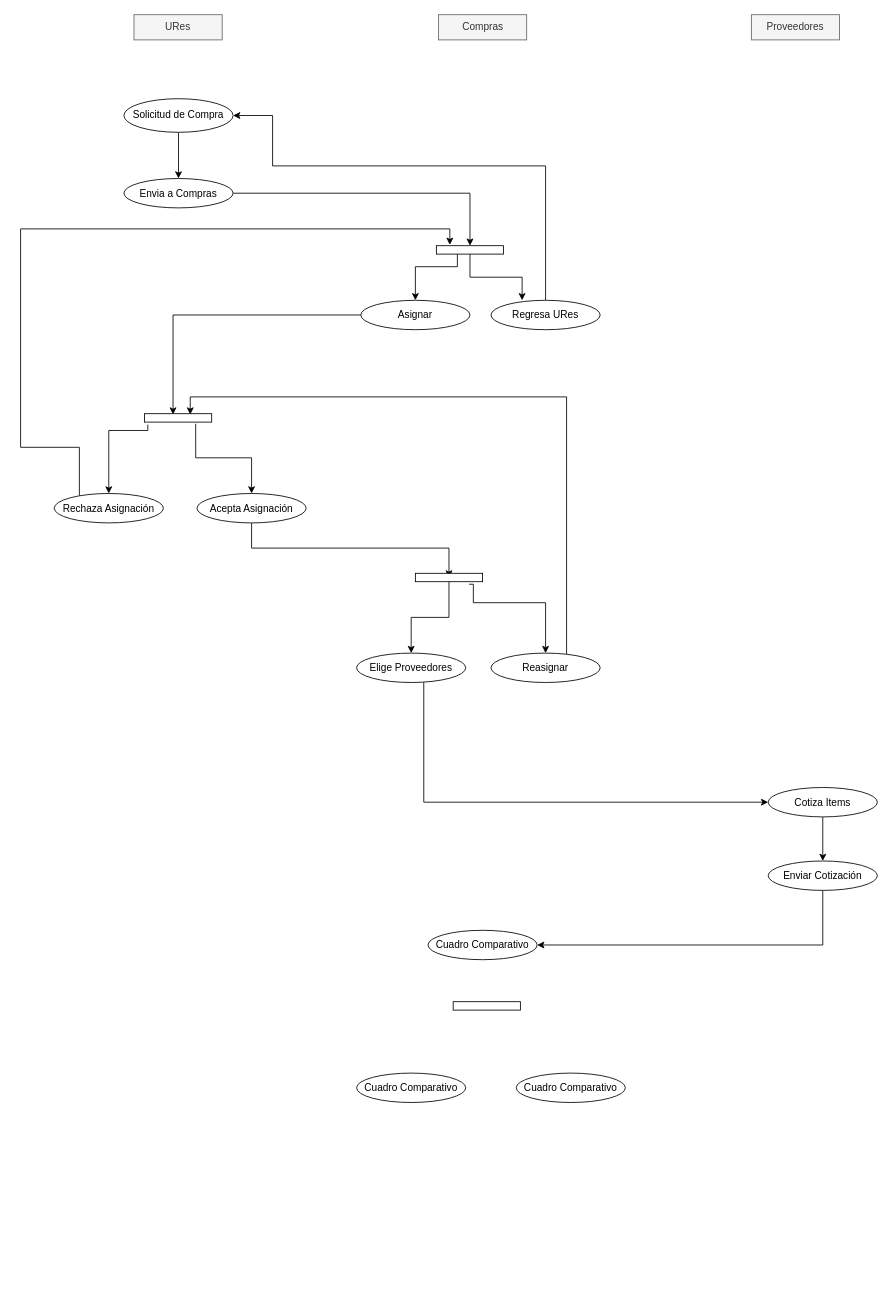
Before: Compras.drawio in asvsoftUAGro/Diagramas, a draw.io diagram. Source tidied: cells renumbered, new cells numbered last; positions are measured from the earlier drawing's top-left corner, leaving out a move shared by most shapes. Both pictures are drawn from the tidied source at 84%, with x=0, y=0 at pixel (20, 14).
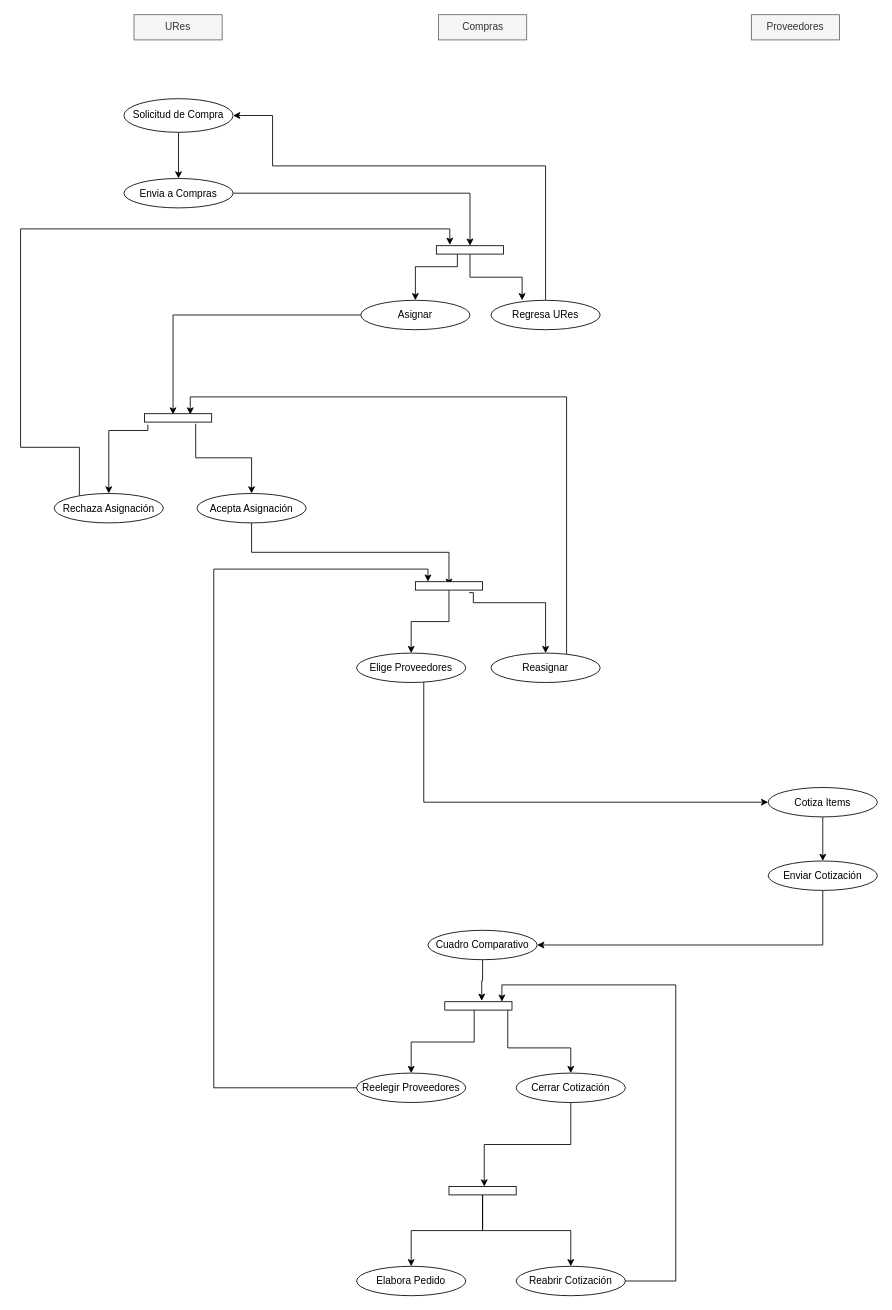
After the change.

The change refers to these unchanged cells:
```xml
<mxCell id="34" value="Cuadro Comparativo" style="ellipse;whiteSpace=wrap;html=1;" parent="1" vertex="1">
  <mxGeometry x="485" y="1090" width="130" height="35" as="geometry" />
</mxCell>
```

Diff of the diagram source:
```diff
@@
     <mxCell id="24" style="html=1;points=[];perimeter=orthogonalPerimeter;rotation=90;" parent="1" vertex="1">
-      <mxGeometry x="505" y="630" width="10" height="80" as="geometry" />
+      <mxGeometry x="505" y="640" width="10" height="80" as="geometry" />
     </mxCell>
@@
+    <mxCell id="38" style="edgeStyle=orthogonalEdgeStyle;rounded=0;jettySize=auto;html=1;entryX=-0.1;entryY=0.45;entryDx=0;entryDy=0;entryPerimeter=0;" parent="1" edge="1" source="34" target="36">
+      <mxGeometry relative="1" as="geometry" />
+    </mxCell>
@@
+    <mxCell id="39" style="edgeStyle=orthogonalEdgeStyle;rounded=0;jettySize=auto;html=1;entryX=0;entryY=0.813;entryDx=0;entryDy=0;entryPerimeter=0;" parent="1" edge="1" source="35" target="24">
+      <mxGeometry relative="1" as="geometry">
+        <Array as="points">
+          <mxPoint x="230" y="1278" />
+          <mxPoint x="230" y="660" />
+          <mxPoint x="485" y="660" />
+        </Array>
+      </mxGeometry>
+    </mxCell>
-    <mxCell id="35" value="Cuadro Comparativo" style="ellipse;whiteSpace=wrap;html=1;" parent="1" vertex="1">
+    <mxCell id="35" value="Reelegir Proveedores" style="ellipse;whiteSpace=wrap;html=1;" parent="1" vertex="1">
       <mxGeometry x="400" y="1260" width="130" height="35" as="geometry" />
     </mxCell>
+    <mxCell id="40" style="edgeStyle=orthogonalEdgeStyle;rounded=0;jettySize=auto;html=1;entryX=0.5;entryY=0;entryDx=0;entryDy=0;" parent="1" edge="1" source="36" target="35">
+      <mxGeometry relative="1" as="geometry">
+        <Array as="points">
+          <mxPoint x="540" y="1180" />
+          <mxPoint x="540" y="1223" />
+          <mxPoint x="465" y="1223" />
+        </Array>
+      </mxGeometry>
+    </mxCell>
+    <mxCell id="41" style="edgeStyle=orthogonalEdgeStyle;rounded=0;jettySize=auto;html=1;" parent="1" edge="1" source="36" target="37">
+      <mxGeometry relative="1" as="geometry">
+        <Array as="points">
+          <mxPoint x="580" y="1180" />
+          <mxPoint x="580" y="1230" />
+          <mxPoint x="655" y="1230" />
+        </Array>
+      </mxGeometry>
+    </mxCell>
     <mxCell id="36" style="html=1;points=[];perimeter=orthogonalPerimeter;rotation=90;" parent="1" vertex="1">
-      <mxGeometry x="550" y="1140" width="10" height="80" as="geometry" />
+      <mxGeometry x="540" y="1140" width="10" height="80" as="geometry" />
     </mxCell>
+    <mxCell id="42" style="edgeStyle=orthogonalEdgeStyle;rounded=0;jettySize=auto;html=1;entryX=0;entryY=0.475;entryDx=0;entryDy=0;entryPerimeter=0;" parent="1" edge="1" source="37" target="48">
+      <mxGeometry relative="1" as="geometry" />
+    </mxCell>
-    <mxCell id="37" value="Cuadro Comparativo" style="ellipse;whiteSpace=wrap;html=1;" parent="1" vertex="1">
+    <mxCell id="37" value="Cerrar Cotización" style="ellipse;whiteSpace=wrap;html=1;" parent="1" vertex="1">
       <mxGeometry x="590" y="1260" width="130" height="35" as="geometry" />
     </mxCell>
+    <mxCell id="43" value="Elabora Pedido" style="ellipse;whiteSpace=wrap;html=1;" parent="1" vertex="1">
+      <mxGeometry x="400" y="1490" width="130" height="35" as="geometry" />
+    </mxCell>
+    <mxCell id="44" style="edgeStyle=orthogonalEdgeStyle;rounded=0;jettySize=auto;html=1;entryX=0;entryY=0.15;entryDx=0;entryDy=0;entryPerimeter=0;" parent="1" edge="1" source="45" target="36">
+      <mxGeometry relative="1" as="geometry">
+        <Array as="points">
+          <mxPoint x="780" y="1508" />
+          <mxPoint x="780" y="1155" />
+          <mxPoint x="573" y="1155" />
+        </Array>
+      </mxGeometry>
+    </mxCell>
+    <mxCell id="45" value="Reabrir Cotización" style="ellipse;whiteSpace=wrap;html=1;" parent="1" vertex="1">
+      <mxGeometry x="590" y="1490" width="130" height="35" as="geometry" />
+    </mxCell>
+    <mxCell id="46" style="edgeStyle=orthogonalEdgeStyle;rounded=0;jettySize=auto;html=1;" parent="1" edge="1" source="48" target="45">
+      <mxGeometry relative="1" as="geometry" />
+    </mxCell>
+    <mxCell id="47" style="edgeStyle=orthogonalEdgeStyle;rounded=0;jettySize=auto;html=1;entryX=0.5;entryY=0;entryDx=0;entryDy=0;" parent="1" edge="1" source="48" target="43">
+      <mxGeometry relative="1" as="geometry" />
+    </mxCell>
+    <mxCell id="48" style="html=1;points=[];perimeter=orthogonalPerimeter;rotation=90;" parent="1" vertex="1">
+      <mxGeometry x="545" y="1360" width="10" height="80" as="geometry" />
+    </mxCell>
```
